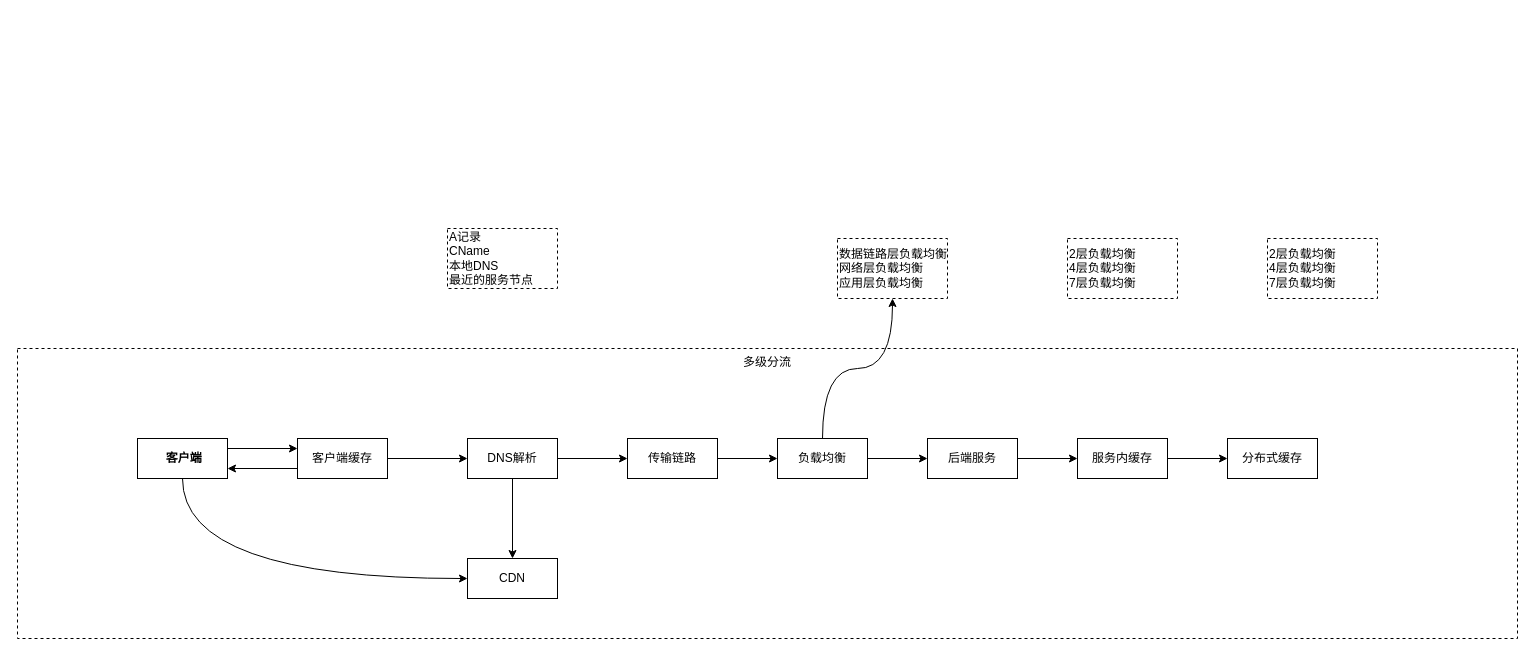
The draw.io diagram page "system-design" (6 of 8) of 技术栈.drawio in ProgrammerLZ/drawio, before the edit. Source tidied: cells renumbered, new cells numbered last; positions are measured from the earlier drawing's top-left corner, leaving out a move shared by most shapes. Both pictures are drawn from the tidied source at 100%, with x=0, y=0 at pixel (17, 228).
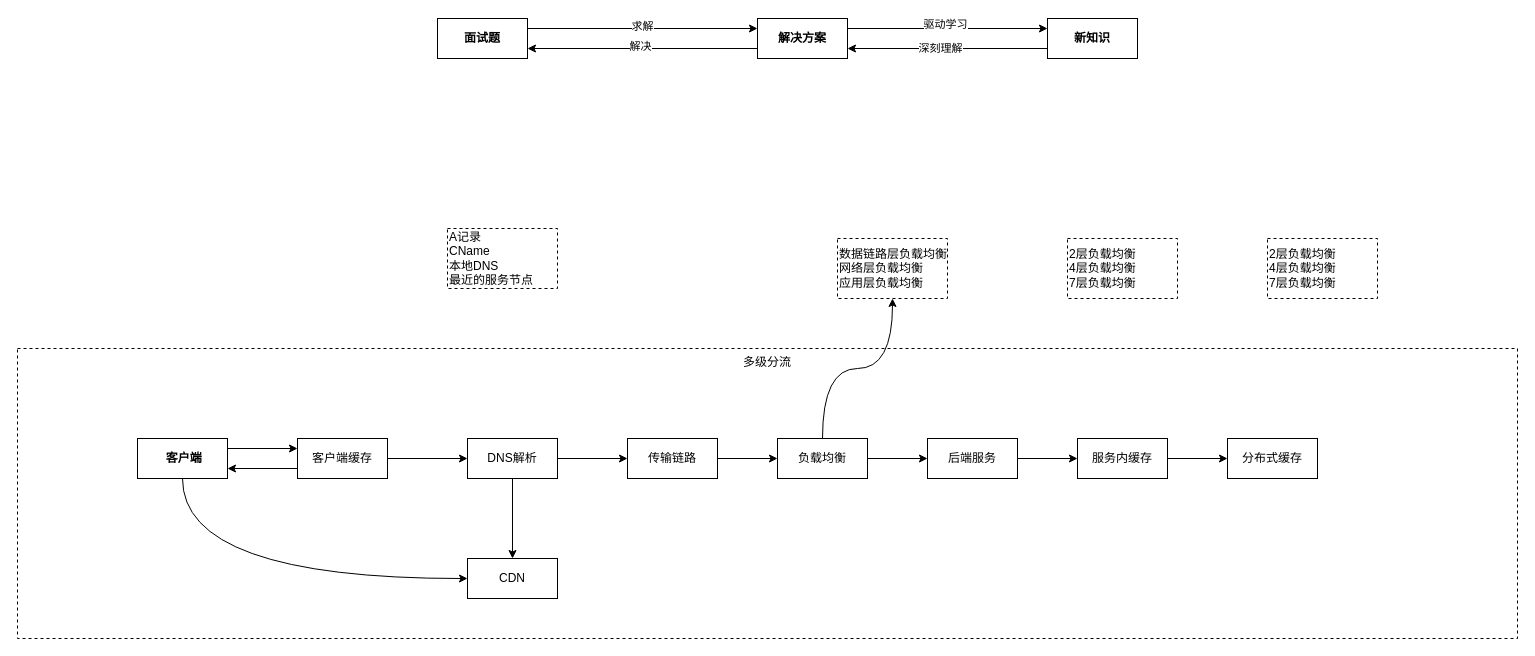
Above is the later version.

Commit message:
更新技术栈.drawio

What changed in the source:
```diff
@@
+    <mxCell id="27" style="edgeStyle=orthogonalEdgeStyle;rounded=0;jettySize=auto;html=1;exitX=1;exitY=0.25;exitDx=0;exitDy=0;entryX=0;entryY=0.25;entryDx=0;entryDy=0;" parent="1" edge="1" source="29" target="34">
+      <mxGeometry relative="1" as="geometry" />
+    </mxCell>
+    <mxCell id="28" value="求解" style="edgeLabel;html=1;align=center;verticalAlign=middle;" parent="27" vertex="1">
+      <mxGeometry x="-0.01" y="3" relative="1" as="geometry" />
+    </mxCell>
+    <mxCell id="29" value="&lt;b&gt;面试题&lt;/b&gt;" style="rounded=0;whiteSpace=wrap;html=1;verticalAlign=middle;" parent="1" vertex="1">
+      <mxGeometry x="420" y="-210" width="90" height="40" as="geometry" />
+    </mxCell>
+    <mxCell id="30" style="edgeStyle=orthogonalEdgeStyle;rounded=0;jettySize=auto;html=1;exitX=1;exitY=0.25;exitDx=0;exitDy=0;entryX=0;entryY=0.25;entryDx=0;entryDy=0;" parent="1" edge="1" source="34" target="37">
+      <mxGeometry relative="1" as="geometry" />
+    </mxCell>
+    <mxCell id="31" value="驱动学习" style="edgeLabel;html=1;align=center;verticalAlign=middle;" parent="30" vertex="1">
+      <mxGeometry x="-0.03" y="5" relative="1" as="geometry" />
+    </mxCell>
+    <mxCell id="32" style="edgeStyle=orthogonalEdgeStyle;rounded=0;jettySize=auto;html=1;exitX=0;exitY=0.75;exitDx=0;exitDy=0;entryX=1;entryY=0.75;entryDx=0;entryDy=0;" parent="1" edge="1" source="34" target="29">
+      <mxGeometry relative="1" as="geometry" />
+    </mxCell>
+    <mxCell id="33" value="解决" style="edgeLabel;html=1;align=center;verticalAlign=middle;" parent="32" vertex="1">
+      <mxGeometry x="0.03" y="-3" relative="1" as="geometry" />
+    </mxCell>
+    <mxCell id="34" value="&lt;b&gt;解决方案&lt;/b&gt;" style="rounded=0;whiteSpace=wrap;html=1;verticalAlign=middle;" parent="1" vertex="1">
+      <mxGeometry x="740" y="-210" width="90" height="40" as="geometry" />
+    </mxCell>
+    <mxCell id="35" style="edgeStyle=orthogonalEdgeStyle;rounded=0;jettySize=auto;html=1;exitX=0;exitY=0.75;exitDx=0;exitDy=0;entryX=1;entryY=0.75;entryDx=0;entryDy=0;" parent="1" edge="1" source="37" target="34">
+      <mxGeometry relative="1" as="geometry" />
+    </mxCell>
+    <mxCell id="36" value="深刻理解" style="edgeLabel;html=1;align=center;verticalAlign=middle;" parent="35" vertex="1">
+      <mxGeometry x="0.08" y="-1" relative="1" as="geometry" />
+    </mxCell>
+    <mxCell id="37" value="&lt;b&gt;新知识&lt;/b&gt;" style="rounded=0;whiteSpace=wrap;html=1;verticalAlign=middle;" parent="1" vertex="1">
+      <mxGeometry x="1030" y="-210" width="90" height="40" as="geometry" />
+    </mxCell>
```
